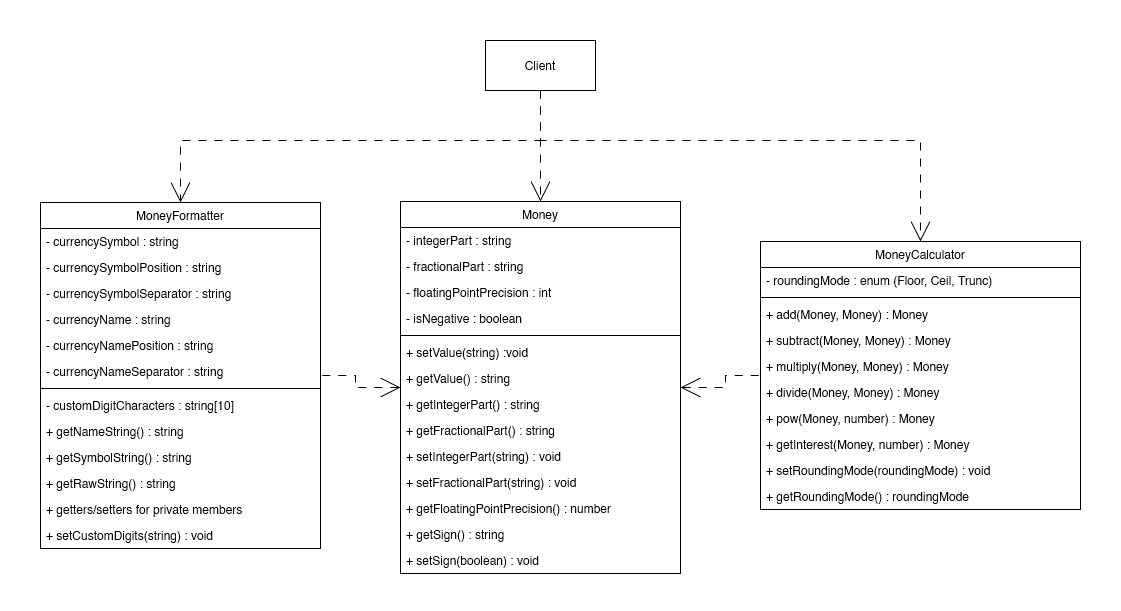
Above: uml-class-diagram.png in konstantin-lukas/money-calculator (draw.io), before the change. Source tidied: cells renumbered, new cells last; positions are measured from the earlier drawing's top-left corner, leaving out a move shared by most shapes.
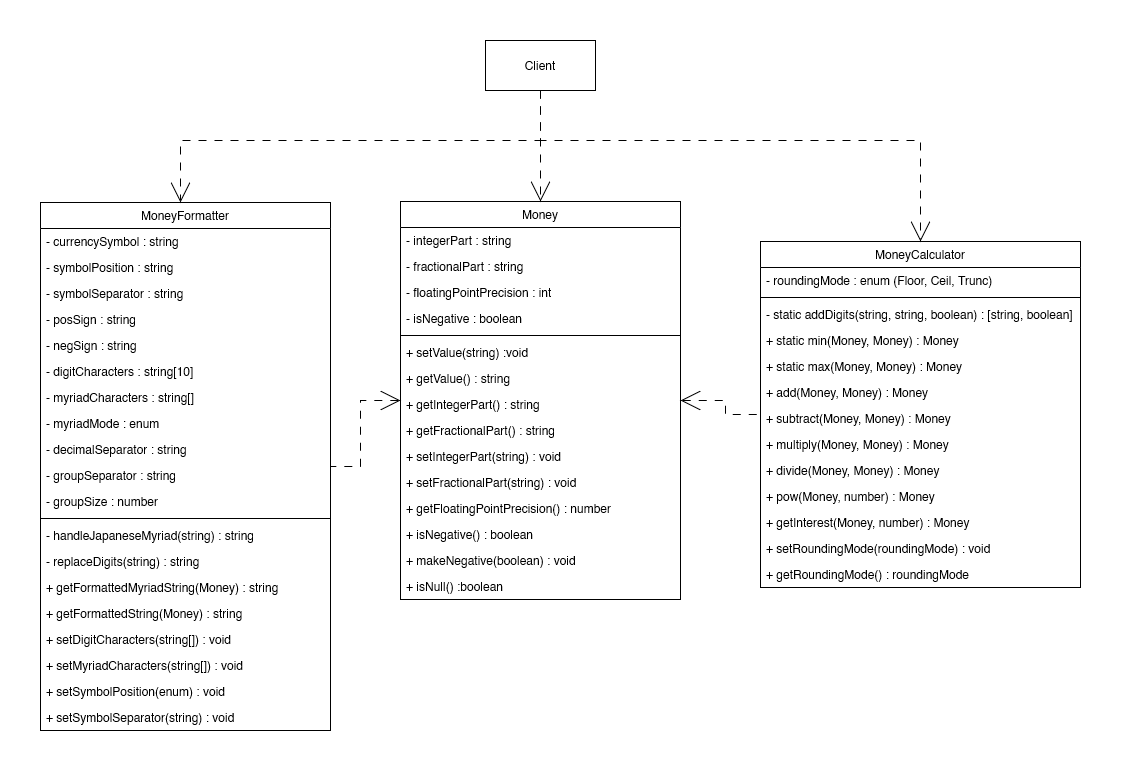
After the change.

The edit, as a diff of the source:
```diff
@@ -3,7 +3,7 @@
     <mxCell id="0" />
     <mxCell id="1" parent="0" />
     <mxCell id="2" style="rounded=0;whiteSpace=wrap;html=1;fillColor=default;strokeColor=none;" parent="1" vertex="1">
-      <mxGeometry width="1120" height="610" as="geometry" />
+      <mxGeometry width="1120" height="770" as="geometry" />
     </mxCell>
     <mxCell id="3" style="edgeStyle=orthogonalEdgeStyle;rounded=0;jettySize=auto;html=1;exitX=1;exitY=0.5;exitDx=0;exitDy=0;startSize=18;startArrow=open;startFill=0;endArrow=none;endFill=0;endSize=18;dashed=1;dashPattern=8 8;" parent="1" edge="1" source="5" target="34">
       <mxGeometry relative="1" as="geometry" />
@@ -12,7 +12,7 @@
       <mxGeometry relative="1" as="geometry" />
     </mxCell>
     <mxCell id="5" value="Money" style="swimlane;fontStyle=0;horizontal=1;startSize=26;fillColor=none;" parent="1" vertex="1">
-      <mxGeometry x="400" y="201" width="280" height="372" as="geometry" />
+      <mxGeometry x="400" y="201" width="280" height="398" as="geometry" />
     </mxCell>
     <mxCell id="6" value="- integerPart : string" style="text;strokeColor=none;fillColor=none;align=left;verticalAlign=top;spacingLeft=4;spacingRight=4;overflow=hidden;" parent="5" vertex="1">
       <mxGeometry y="26" width="280" height="26" as="geometry" />
@@ -50,56 +50,80 @@
     <mxCell id="17" value="+ getFloatingPointPrecision() : number" style="text;strokeColor=none;fillColor=none;align=left;verticalAlign=top;spacingLeft=4;spacingRight=4;overflow=hidden;" parent="5" vertex="1">
       <mxGeometry y="294" width="280" height="26" as="geometry" />
     </mxCell>
-    <mxCell id="18" value="+ getSign() : string" style="text;strokeColor=none;fillColor=none;align=left;verticalAlign=top;spacingLeft=4;spacingRight=4;overflow=hidden;" parent="5" vertex="1">
-      <mxGeometry y="320" width="280" height="26" as="geometry" />
-    </mxCell>
-    <mxCell id="19" value="+ setSign(boolean) : void" style="text;strokeColor=none;fillColor=none;align=left;verticalAlign=top;spacingLeft=4;spacingRight=4;overflow=hidden;" parent="5" vertex="1">
-      <mxGeometry y="346" width="280" height="26" as="geometry" />
-    </mxCell>
+    <mxCell id="49" value="+ isNegative() : boolean" style="text;strokeColor=none;fillColor=none;align=left;verticalAlign=top;spacingLeft=4;spacingRight=4;overflow=hidden;" parent="5" vertex="1">
+      <mxGeometry y="320" width="280" height="26" as="geometry" />
+    </mxCell>
+    <mxCell id="50" value="+ makeNegative(boolean) : void" style="text;strokeColor=none;fillColor=none;align=left;verticalAlign=top;spacingLeft=4;spacingRight=4;overflow=hidden;" parent="5" vertex="1">
+      <mxGeometry y="346" width="280" height="26" as="geometry" />
+    </mxCell>
+    <mxCell id="51" value="+ isNull() :boolean" style="text;strokeColor=none;fillColor=none;align=left;verticalAlign=top;spacingLeft=4;spacingRight=4;overflow=hidden;" parent="5" vertex="1">
+      <mxGeometry y="372" width="280" height="26" as="geometry" />
+    </mxCell>
     <mxCell id="20" value="MoneyFormatter" style="swimlane;fontStyle=0;horizontal=1;startSize=26;fillColor=none;" parent="1" vertex="1">
-      <mxGeometry x="40" y="202" width="280" height="346" as="geometry" />
+      <mxGeometry x="40" y="202" width="290" height="528" as="geometry" />
     </mxCell>
     <mxCell id="21" value="- currencySymbol : string" style="text;strokeColor=none;fillColor=none;align=left;verticalAlign=top;spacingLeft=4;spacingRight=4;overflow=hidden;" parent="20" vertex="1">
-      <mxGeometry y="26" width="280" height="26" as="geometry" />
+      <mxGeometry y="26" width="290" height="26" as="geometry" />
     </mxCell>
-    <mxCell id="22" value="- currencySymbolPosition : string" style="text;strokeColor=none;fillColor=none;align=left;verticalAlign=top;spacingLeft=4;spacingRight=4;overflow=hidden;" parent="20" vertex="1">
-      <mxGeometry y="52" width="280" height="26" as="geometry" />
+    <mxCell id="22" value="- symbolPosition : string" style="text;strokeColor=none;fillColor=none;align=left;verticalAlign=top;spacingLeft=4;spacingRight=4;overflow=hidden;" parent="20" vertex="1">
+      <mxGeometry y="52" width="290" height="26" as="geometry" />
     </mxCell>
-    <mxCell id="23" value="- currencySymbolSeparator : string" style="text;strokeColor=none;fillColor=none;align=left;verticalAlign=top;spacingLeft=4;spacingRight=4;overflow=hidden;" parent="20" vertex="1">
-      <mxGeometry y="78" width="280" height="26" as="geometry" />
+    <mxCell id="23" value="- symbolSeparator : string" style="text;strokeColor=none;fillColor=none;align=left;verticalAlign=top;spacingLeft=4;spacingRight=4;overflow=hidden;" parent="20" vertex="1">
+      <mxGeometry y="78" width="290" height="26" as="geometry" />
     </mxCell>
+    <mxCell id="52" value="- posSign : string" style="text;strokeColor=none;fillColor=none;align=left;verticalAlign=top;spacingLeft=4;spacingRight=4;overflow=hidden;" parent="20" vertex="1">
+      <mxGeometry y="104" width="290" height="26" as="geometry" />
+    </mxCell>
+    <mxCell id="53" value="- negSign : string" style="text;strokeColor=none;fillColor=none;align=left;verticalAlign=top;spacingLeft=4;spacingRight=4;overflow=hidden;" parent="20" vertex="1">
+      <mxGeometry y="130" width="290" height="26" as="geometry" />
+    </mxCell>
+    <mxCell id="54" value="- digitCharacters : string[10]" style="text;strokeColor=none;fillColor=none;align=left;verticalAlign=top;spacingLeft=4;spacingRight=4;overflow=hidden;" parent="20" vertex="1">
+      <mxGeometry y="156" width="290" height="26" as="geometry" />
+    </mxCell>
+    <mxCell id="55" value="- myriadCharacters : string[]" style="text;strokeColor=none;fillColor=none;align=left;verticalAlign=top;spacingLeft=4;spacingRight=4;overflow=hidden;" parent="20" vertex="1">
+      <mxGeometry y="182" width="290" height="26" as="geometry" />
+    </mxCell>
-    <mxCell id="24" value="- currencyName : string" style="text;strokeColor=none;fillColor=none;align=left;verticalAlign=top;spacingLeft=4;spacingRight=4;overflow=hidden;" parent="20" vertex="1">
-      <mxGeometry y="104" width="280" height="26" as="geometry" />
+    <mxCell id="24" value="- myriadMode : enum" style="text;strokeColor=none;fillColor=none;align=left;verticalAlign=top;spacingLeft=4;spacingRight=4;overflow=hidden;" parent="20" vertex="1">
+      <mxGeometry y="208" width="290" height="26" as="geometry" />
     </mxCell>
-    <mxCell id="25" value="- currencyNamePosition : string" style="text;strokeColor=none;fillColor=none;align=left;verticalAlign=top;spacingLeft=4;spacingRight=4;overflow=hidden;" parent="20" vertex="1">
-      <mxGeometry y="130" width="280" height="26" as="geometry" />
-    </mxCell>
-    <mxCell id="26" value="- currencyNameSeparator : string" style="text;strokeColor=none;fillColor=none;align=left;verticalAlign=top;spacingLeft=4;spacingRight=4;overflow=hidden;" parent="20" vertex="1">
-      <mxGeometry y="156" width="280" height="26" as="geometry" />
-    </mxCell>
+    <mxCell id="56" value="- decimalSeparator : string" style="text;strokeColor=none;fillColor=none;align=left;verticalAlign=top;spacingLeft=4;spacingRight=4;overflow=hidden;" parent="20" vertex="1">
+      <mxGeometry y="234" width="290" height="26" as="geometry" />
+    </mxCell>
+    <mxCell id="57" value="- groupSeparator : string" style="text;strokeColor=none;fillColor=none;align=left;verticalAlign=top;spacingLeft=4;spacingRight=4;overflow=hidden;" parent="20" vertex="1">
+      <mxGeometry y="260" width="290" height="26" as="geometry" />
+    </mxCell>
+    <mxCell id="58" value="- groupSize : number" style="text;strokeColor=none;fillColor=none;align=left;verticalAlign=top;spacingLeft=4;spacingRight=4;overflow=hidden;" parent="20" vertex="1">
+      <mxGeometry y="286" width="290" height="26" as="geometry" />
+    </mxCell>
     <mxCell id="27" style="line;strokeWidth=1;fillColor=none;align=left;verticalAlign=middle;spacingTop=-1;spacingLeft=3;spacingRight=3;labelPosition=right;strokeColor=inherit;" parent="20" vertex="1">
-      <mxGeometry y="182" width="280" height="8" as="geometry" />
+      <mxGeometry y="312" width="290" height="8" as="geometry" />
     </mxCell>
-    <mxCell id="28" value="- customDigitCharacters : string[10]" style="text;strokeColor=none;fillColor=none;align=left;verticalAlign=top;spacingLeft=4;spacingRight=4;overflow=hidden;" parent="20" vertex="1">
-      <mxGeometry y="190" width="280" height="26" as="geometry" />
-    </mxCell>
+    <mxCell id="59" value="- handleJapaneseMyriad(string) : string" style="text;strokeColor=none;fillColor=none;align=left;verticalAlign=top;spacingLeft=4;spacingRight=4;overflow=hidden;" parent="20" vertex="1">
+      <mxGeometry y="320" width="290" height="26" as="geometry" />
+    </mxCell>
+    <mxCell id="60" value="- replaceDigits(string) : string" style="text;strokeColor=none;fillColor=none;align=left;verticalAlign=top;spacingLeft=4;spacingRight=4;overflow=hidden;" parent="20" vertex="1">
+      <mxGeometry y="346" width="290" height="26" as="geometry" />
+    </mxCell>
+    <mxCell id="61" value="+ getFormattedMyriadString(Money) : string" style="text;strokeColor=none;fillColor=none;align=left;verticalAlign=top;spacingLeft=4;spacingRight=4;overflow=hidden;" parent="20" vertex="1">
+      <mxGeometry y="372" width="290" height="26" as="geometry" />
+    </mxCell>
-    <mxCell id="29" value="+ getNameString() : string" style="text;strokeColor=none;fillColor=none;align=left;verticalAlign=top;spacingLeft=4;spacingRight=4;overflow=hidden;" parent="20" vertex="1">
-      <mxGeometry y="216" width="280" height="26" as="geometry" />
+    <mxCell id="29" value="+ getFormattedString(Money) : string" style="text;strokeColor=none;fillColor=none;align=left;verticalAlign=top;spacingLeft=4;spacingRight=4;overflow=hidden;" parent="20" vertex="1">
+      <mxGeometry y="398" width="290" height="26" as="geometry" />
     </mxCell>
-    <mxCell id="30" value="+ getSymbolString() : string" style="text;strokeColor=none;fillColor=none;align=left;verticalAlign=top;spacingLeft=4;spacingRight=4;overflow=hidden;" parent="20" vertex="1">
-      <mxGeometry y="242" width="280" height="26" as="geometry" />
+    <mxCell id="30" value="+ setDigitCharacters(string[]) : void" style="text;strokeColor=none;fillColor=none;align=left;verticalAlign=top;spacingLeft=4;spacingRight=4;overflow=hidden;" parent="20" vertex="1">
+      <mxGeometry y="424" width="290" height="26" as="geometry" />
     </mxCell>
-    <mxCell id="31" value="+ getRawString() : string" style="text;strokeColor=none;fillColor=none;align=left;verticalAlign=top;spacingLeft=4;spacingRight=4;overflow=hidden;" parent="20" vertex="1">
-      <mxGeometry y="268" width="280" height="26" as="geometry" />
+    <mxCell id="31" value="+ setMyriadCharacters(string[]) : void" style="text;strokeColor=none;fillColor=none;align=left;verticalAlign=top;spacingLeft=4;spacingRight=4;overflow=hidden;" parent="20" vertex="1">
+      <mxGeometry y="450" width="290" height="26" as="geometry" />
     </mxCell>
-    <mxCell id="32" value="+ getters/setters for private members" style="text;strokeColor=none;fillColor=none;align=left;verticalAlign=top;spacingLeft=4;spacingRight=4;overflow=hidden;" parent="20" vertex="1">
-      <mxGeometry y="294" width="280" height="26" as="geometry" />
+    <mxCell id="32" value="+ setSymbolPosition(enum) : void" style="text;strokeColor=none;fillColor=none;align=left;verticalAlign=top;spacingLeft=4;spacingRight=4;overflow=hidden;" parent="20" vertex="1">
+      <mxGeometry y="476" width="290" height="26" as="geometry" />
     </mxCell>
-    <mxCell id="33" value="+ setCustomDigits(string) : void" style="text;strokeColor=none;fillColor=none;align=left;verticalAlign=top;spacingLeft=4;spacingRight=4;overflow=hidden;" parent="20" vertex="1">
-      <mxGeometry y="320" width="280" height="26" as="geometry" />
+    <mxCell id="33" value="+ setSymbolSeparator(string) : void" style="text;strokeColor=none;fillColor=none;align=left;verticalAlign=top;spacingLeft=4;spacingRight=4;overflow=hidden;" parent="20" vertex="1">
+      <mxGeometry y="502" width="290" height="26" as="geometry" />
     </mxCell>
     <mxCell id="34" value="MoneyCalculator" style="swimlane;fontStyle=0;horizontal=1;startSize=26;fillColor=none;" parent="1" vertex="1">
-      <mxGeometry x="760" y="241" width="320" height="268" as="geometry" />
+      <mxGeometry x="760" y="241" width="320" height="346" as="geometry" />
     </mxCell>
     <mxCell id="35" value="- roundingMode : enum (Floor, Ceil, Trunc)" style="text;strokeColor=none;fillColor=none;align=left;verticalAlign=top;spacingLeft=4;spacingRight=4;overflow=hidden;" parent="34" vertex="1">
       <mxGeometry y="26" width="320" height="26" as="geometry" />
@@ -107,29 +131,38 @@
     <mxCell id="36" style="line;strokeWidth=1;fillColor=none;align=left;verticalAlign=middle;spacingTop=-1;spacingLeft=3;spacingRight=3;labelPosition=right;strokeColor=inherit;" parent="34" vertex="1">
       <mxGeometry y="52" width="320" height="8" as="geometry" />
     </mxCell>
+    <mxCell id="62" value="- static addDigits(string, string, boolean) : [string, boolean]" style="text;strokeColor=none;fillColor=none;align=left;verticalAlign=top;spacingLeft=4;spacingRight=4;overflow=hidden;" parent="34" vertex="1">
+      <mxGeometry y="60" width="320" height="26" as="geometry" />
+    </mxCell>
+    <mxCell id="63" value="+ static min(Money, Money) : Money" style="text;strokeColor=none;fillColor=none;align=left;verticalAlign=top;spacingLeft=4;spacingRight=4;overflow=hidden;" parent="34" vertex="1">
+      <mxGeometry y="86" width="320" height="26" as="geometry" />
+    </mxCell>
+    <mxCell id="64" value="+ static max(Money, Money) : Money" style="text;strokeColor=none;fillColor=none;align=left;verticalAlign=top;spacingLeft=4;spacingRight=4;overflow=hidden;" parent="34" vertex="1">
+      <mxGeometry y="112" width="320" height="26" as="geometry" />
+    </mxCell>
     <mxCell id="37" value="+ add(Money, Money) : Money" style="text;strokeColor=none;fillColor=none;align=left;verticalAlign=top;spacingLeft=4;spacingRight=4;overflow=hidden;" parent="34" vertex="1">
-      <mxGeometry y="60" width="320" height="26" as="geometry" />
+      <mxGeometry y="138" width="320" height="26" as="geometry" />
     </mxCell>
     <mxCell id="38" value="+ subtract(Money, Money) : Money" style="text;strokeColor=none;fillColor=none;align=left;verticalAlign=top;spacingLeft=4;spacingRight=4;overflow=hidden;" parent="34" vertex="1">
-      <mxGeometry y="86" width="320" height="26" as="geometry" />
+      <mxGeometry y="164" width="320" height="26" as="geometry" />
     </mxCell>
     <mxCell id="39" value="+ multiply(Money, Money) : Money" style="text;strokeColor=none;fillColor=none;align=left;verticalAlign=top;spacingLeft=4;spacingRight=4;overflow=hidden;" parent="34" vertex="1">
-      <mxGeometry y="112" width="320" height="26" as="geometry" />
+      <mxGeometry y="190" width="320" height="26" as="geometry" />
     </mxCell>
     <mxCell id="40" value="+ divide(Money, Money) : Money" style="text;strokeColor=none;fillColor=none;align=left;verticalAlign=top;spacingLeft=4;spacingRight=4;overflow=hidden;" parent="34" vertex="1">
-      <mxGeometry y="138" width="320" height="26" as="geometry" />
+      <mxGeometry y="216" width="320" height="26" as="geometry" />
     </mxCell>
     <mxCell id="41" value="+ pow(Money, number) : Money" style="text;strokeColor=none;fillColor=none;align=left;verticalAlign=top;spacingLeft=4;spacingRight=4;overflow=hidden;" parent="34" vertex="1">
-      <mxGeometry y="164" width="320" height="26" as="geometry" />
+      <mxGeometry y="242" width="320" height="26" as="geometry" />
     </mxCell>
     <mxCell id="42" value="+ getInterest(Money, number) : Money" style="text;strokeColor=none;fillColor=none;align=left;verticalAlign=top;spacingLeft=4;spacingRight=4;overflow=hidden;" parent="34" vertex="1">
-      <mxGeometry y="190" width="320" height="26" as="geometry" />
+      <mxGeometry y="268" width="320" height="26" as="geometry" />
     </mxCell>
     <mxCell id="43" value="+ setRoundingMode(roundingMode) : void" style="text;strokeColor=none;fillColor=none;align=left;verticalAlign=top;spacingLeft=4;spacingRight=4;overflow=hidden;" parent="34" vertex="1">
-      <mxGeometry y="216" width="320" height="26" as="geometry" />
+      <mxGeometry y="294" width="320" height="26" as="geometry" />
     </mxCell>
     <mxCell id="44" value="+ getRoundingMode() : roundingMode " style="text;strokeColor=none;fillColor=none;align=left;verticalAlign=top;spacingLeft=4;spacingRight=4;overflow=hidden;" parent="34" vertex="1">
-      <mxGeometry y="242" width="320" height="26" as="geometry" />
+      <mxGeometry y="320" width="320" height="26" as="geometry" />
     </mxCell>
     <mxCell id="45" style="edgeStyle=orthogonalEdgeStyle;rounded=0;jettySize=auto;html=1;exitX=0.5;exitY=1;exitDx=0;exitDy=0;dashed=1;dashPattern=8 8;endArrow=open;endFill=0;endSize=18;" parent="1" edge="1" source="48" target="20">
       <mxGeometry relative="1" as="geometry">
```
